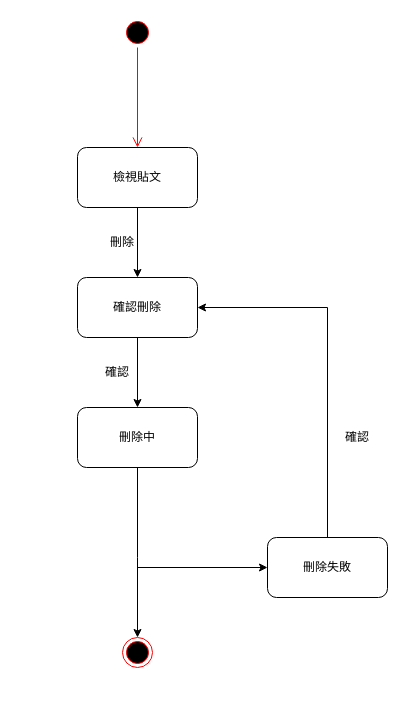
Before: page "刪除貼文" (5 of 8) of 11336032/狀態機.drawio in jiakai912/114201_poject, a draw.io diagram. Source tidied: cells renumbered, new cells numbered last; positions are measured from the earlier drawing's top-left corner, leaving out a move shared by most shapes. Both pictures are drawn from the tidied source at 100%, with x=0, y=0 at pixel (77, 17).
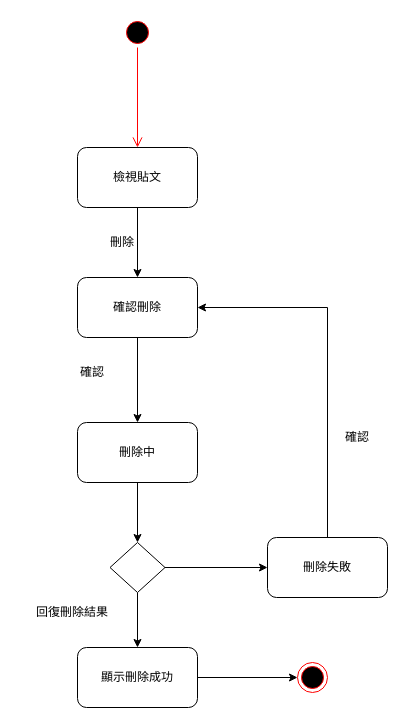
After the change.

The change refers to these unchanged cells:
```xml
<mxCell id="7" value="確認刪除" style="rounded=1;whiteSpace=wrap;html=1;" parent="1" vertex="1">
  <mxGeometry y="260" width="120" height="60" as="geometry" />
</mxCell>
<mxCell id="11" value="刪除失敗" style="rounded=1;whiteSpace=wrap;html=1;" parent="1" vertex="1">
  <mxGeometry x="190" y="520" width="120" height="60" as="geometry" />
</mxCell>
```

The edit, as a diff of the source:
```diff
@@
-    <mxCell id="6" style="edgeStyle=orthogonalEdgeStyle;rounded=0;jettySize=auto;html=1;" parent="1" edge="1" source="7" target="9">
-      <mxGeometry relative="1" as="geometry" />
-    </mxCell>
+    <mxCell id="17" style="edgeStyle=orthogonalEdgeStyle;rounded=0;jettySize=auto;html=1;" parent="1" edge="1" source="7" target="22">
+      <mxGeometry relative="1" as="geometry" />
+    </mxCell>
@@
-    <mxCell id="8" style="edgeStyle=orthogonalEdgeStyle;rounded=0;jettySize=auto;html=1;exitX=0.5;exitY=1;exitDx=0;exitDy=0;entryX=0.5;entryY=0;entryDx=0;entryDy=0;" parent="1" edge="1" source="9" target="12">
-      <mxGeometry relative="1" as="geometry">
-        <Array as="points">
-          <mxPoint x="60" y="540" />
-          <mxPoint x="60" y="540" />
-        </Array>
-      </mxGeometry>
+    <mxCell id="8" style="edgeStyle=orthogonalEdgeStyle;rounded=0;jettySize=auto;html=1;" parent="1" edge="1" source="9" target="12">
+      <mxGeometry relative="1" as="geometry" />
     </mxCell>
-    <mxCell id="9" value="刪除中" style="rounded=1;whiteSpace=wrap;html=1;" parent="1" vertex="1">
-      <mxGeometry y="390" width="120" height="60" as="geometry" />
+    <mxCell id="9" value="顯示刪除成功" style="rounded=1;whiteSpace=wrap;html=1;" parent="1" vertex="1">
+      <mxGeometry y="630" width="120" height="60" as="geometry" />
     </mxCell>
@@
     <mxCell id="12" style="ellipse;html=1;shape=endState;fillColor=#000000;strokeColor=#ff0000;" parent="1" vertex="1">
-      <mxGeometry x="45" y="620" width="30" height="30" as="geometry" />
+      <mxGeometry x="220" y="645" width="30" height="30" as="geometry" />
     </mxCell>
-    <mxCell id="13" style="endArrow=classic;html=1;rounded=0;entryX=0;entryY=0.5;entryDx=0;entryDy=0;" parent="1" edge="1" target="11">
-      <mxGeometry relative="1" as="geometry">
-        <mxPoint x="60" y="550" as="sourcePoint" />
-      </mxGeometry>
-    </mxCell>
@@
     <mxCell id="15" value="確認" style="text;html=1;align=center;verticalAlign=middle;whiteSpace=wrap;rounded=0;" parent="1" vertex="1">
-      <mxGeometry x="10" y="340" width="60" height="30" as="geometry" />
+      <mxGeometry x="-15" y="340" width="60" height="30" as="geometry" />
     </mxCell>
@@
+    <mxCell id="18" style="edgeStyle=orthogonalEdgeStyle;rounded=0;jettySize=auto;html=1;entryX=0.5;entryY=0;entryDx=0;entryDy=0;" parent="1" edge="1" source="20" target="9">
+      <mxGeometry relative="1" as="geometry" />
+    </mxCell>
+    <mxCell id="19" style="edgeStyle=orthogonalEdgeStyle;rounded=0;jettySize=auto;html=1;" parent="1" edge="1" source="20" target="11">
+      <mxGeometry relative="1" as="geometry" />
+    </mxCell>
+    <mxCell id="20" style="rhombus;whiteSpace=wrap;html=1;" parent="1" vertex="1">
+      <mxGeometry x="32.5" y="525" width="55" height="50" as="geometry" />
+    </mxCell>
+    <mxCell id="21" style="edgeStyle=orthogonalEdgeStyle;rounded=0;jettySize=auto;html=1;" parent="1" edge="1" source="22" target="20">
+      <mxGeometry relative="1" as="geometry" />
+    </mxCell>
+    <mxCell id="22" value="刪除中" style="rounded=1;whiteSpace=wrap;html=1;" parent="1" vertex="1">
+      <mxGeometry y="405" width="120" height="60" as="geometry" />
+    </mxCell>
+    <mxCell id="23" value="回復刪除結果" style="text;html=1;align=center;verticalAlign=middle;whiteSpace=wrap;rounded=0;" parent="1" vertex="1">
+      <mxGeometry x="-60" y="580" width="110" height="30" as="geometry" />
+    </mxCell>
```
